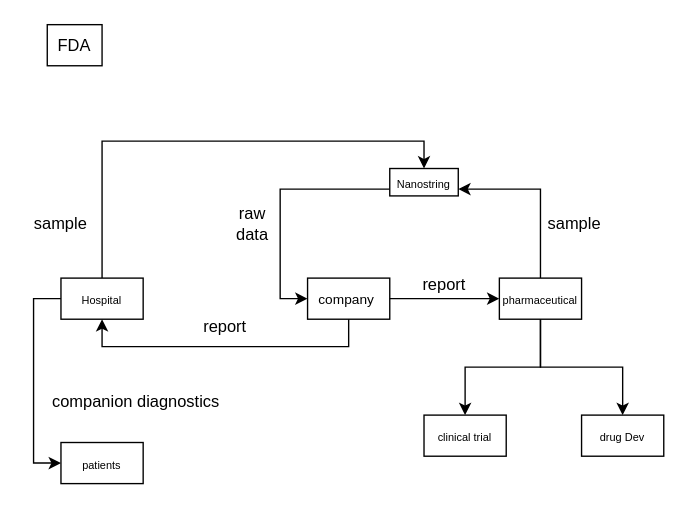
This is ecology.drawio from jasonzhao0307/16_summer_rotation, a draw.io file, before an edit. Source tidied: cells renumbered, new cells numbered last; positions are measured from the earlier drawing's top-left corner, leaving out a move shared by most shapes. Both pictures are drawn from the tidied source at 137%, with x=0, y=0 at pixel (33, 25).
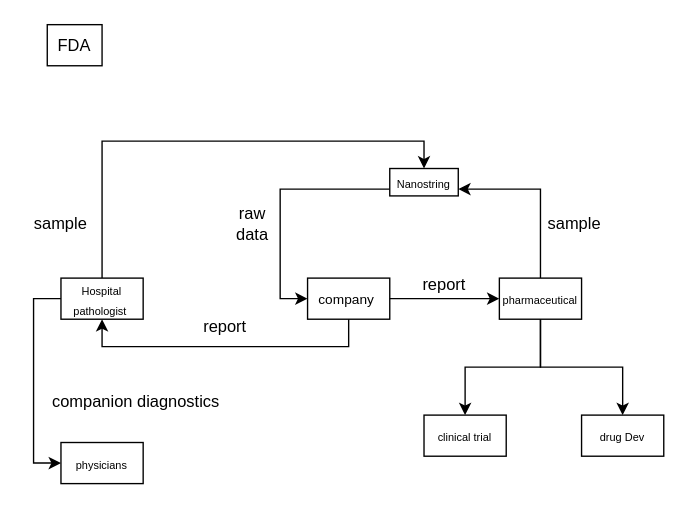
After the change.

Unchanged cells that the change refers to:
```xml
<mxCell id="2" style="group;" parent="1" vertex="1">
  <mxGeometry y="-0.5" width="460" height="335" as="geometry" />
</mxCell>
```

Change to the diagram source:
```diff
@@
-    <mxCell id="18" value="&lt;font style=&quot;font-size: 8px&quot;&gt;Hospital&lt;/font&gt;" style="rounded=0;whiteSpace=wrap;html=1;" parent="2" vertex="1">
+    <mxCell id="18" value="&lt;font style=&quot;font-size: 8px&quot;&gt;Hospital pathologist&amp;nbsp;&lt;/font&gt;" style="rounded=0;whiteSpace=wrap;html=1;" parent="2" vertex="1">
       <mxGeometry x="20" y="185" width="60" height="30" as="geometry" />
     </mxCell>
@@
-    <mxCell id="22" value="&lt;font style=&quot;font-size: 8px&quot;&gt;patients&lt;/font&gt;" style="rounded=0;whiteSpace=wrap;html=1;" parent="2" vertex="1">
+    <mxCell id="22" value="&lt;font style=&quot;font-size: 8px&quot;&gt;physicians&lt;/font&gt;" style="rounded=0;whiteSpace=wrap;html=1;" parent="2" vertex="1">
       <mxGeometry x="20" y="305" width="60" height="30" as="geometry" />
     </mxCell>
```
